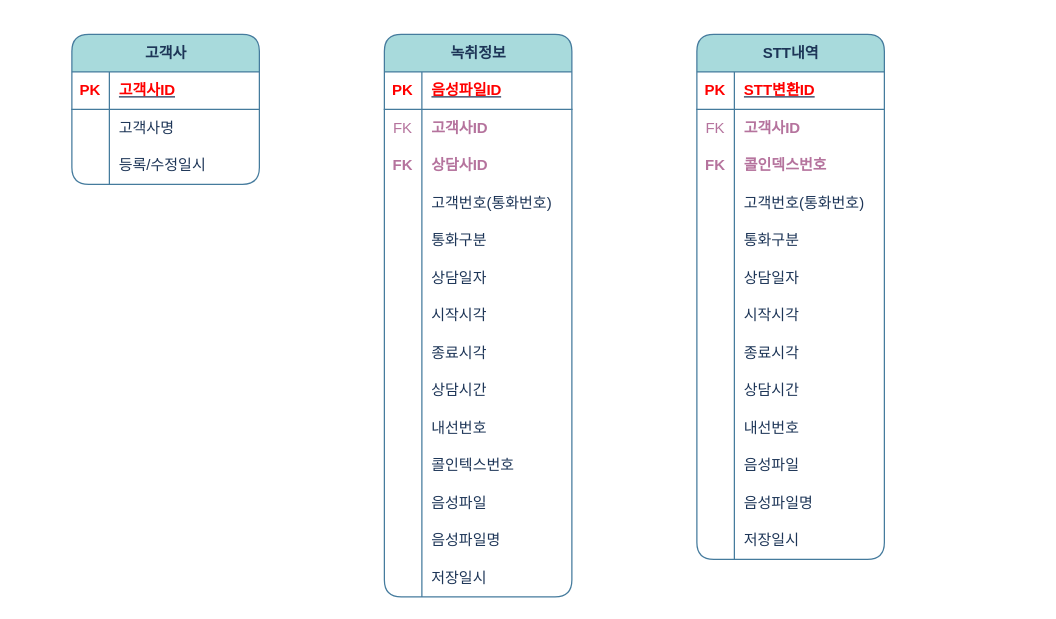
Before: page "업무중심" (6 of 6) of 제목 없는 다이어그램.drawio in wishholic/ERD, a draw.io diagram. Source tidied: cells renumbered, new cells numbered last; positions are measured from the earlier drawing's top-left corner, leaving out a move shared by most shapes. Both pictures are drawn from the tidied source at 125%, with x=0, y=0 at pixel (71, 34).
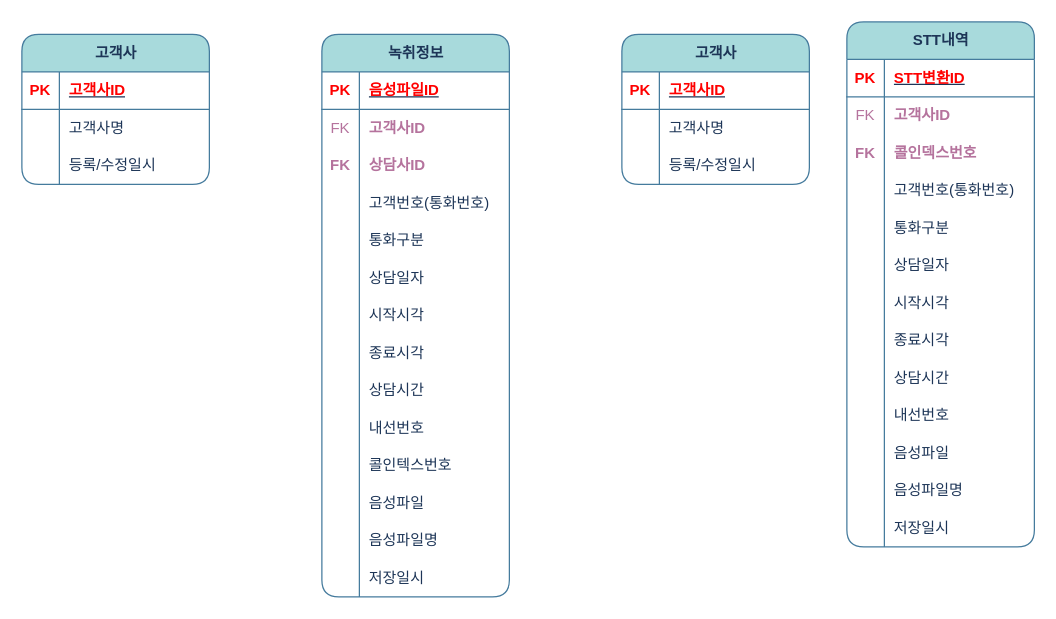
The same diagram, later.

Commit message (it also covers changes not shown here):
제목 없는 다이어그램.drawio 업데이트

What changed in the source:
```diff
@@
     <mxCell id="2" value="고객사" style="shape=table;startSize=30;childLayout=tableLayout;rowLines=0;fontStyle=1;align=center;html=1;fillColor=#A8DADC;strokeColor=#457B9D;rounded=1;labelBackgroundColor=none;fontColor=#1D3557;" parent="1" vertex="1">
-      <mxGeometry width="150" height="120" as="geometry" />
+      <mxGeometry x="-40" width="150" height="120" as="geometry" />
     </mxCell>
@@
     <mxCell id="12" value="녹취정보" style="shape=table;startSize=30;childLayout=tableLayout;rowLines=0;fontStyle=1;align=center;html=1;fillColor=#A8DADC;strokeColor=#457B9D;rounded=1;labelBackgroundColor=none;fontColor=#1D3557;" parent="1" vertex="1">
-      <mxGeometry x="250" width="150" height="450" as="geometry" />
+      <mxGeometry x="200" width="150" height="450" as="geometry" />
     </mxCell>
@@
     <mxCell id="55" value="STT내역" style="shape=table;startSize=30;childLayout=tableLayout;rowLines=0;fontStyle=1;align=center;html=1;fillColor=#A8DADC;strokeColor=#457B9D;rounded=1;labelBackgroundColor=none;fontColor=#1D3557;" parent="1" vertex="1">
-      <mxGeometry x="500" width="150" height="420" as="geometry" />
+      <mxGeometry x="620" y="-10" width="150" height="420" as="geometry" />
     </mxCell>
@@
+    <mxCell id="95" value="고객사" style="shape=table;startSize=30;childLayout=tableLayout;rowLines=0;fontStyle=1;align=center;html=1;fillColor=#A8DADC;strokeColor=#457B9D;rounded=1;labelBackgroundColor=none;fontColor=#1D3557;" parent="1" vertex="1">
+      <mxGeometry x="440" width="150" height="120" as="geometry" />
+    </mxCell>
+    <mxCell id="96" style="shape=tableRow;horizontal=0;startSize=0;swimlaneHead=0;swimlaneBody=0;fillColor=none;top=0;left=0;right=0;bottom=1;rounded=1;labelBackgroundColor=none;strokeColor=#457B9D;fontColor=#1D3557;" parent="95" vertex="1">
+      <mxGeometry y="30" width="150" height="30" as="geometry" />
+    </mxCell>
+    <mxCell id="97" value="&lt;font color=&quot;#ff0000&quot;&gt;PK&lt;/font&gt;" style="shape=partialRectangle;fillColor=none;top=0;left=0;bottom=0;right=0;fontStyle=1;overflow=hidden;whiteSpace=wrap;html=1;rounded=1;labelBackgroundColor=none;strokeColor=#457B9D;fontColor=#1D3557;" parent="96" vertex="1">
+      <mxGeometry width="30" height="30" as="geometry" />
+    </mxCell>
+    <mxCell id="98" value="&lt;font color=&quot;#ff0000&quot;&gt;고객사ID&lt;/font&gt;" style="shape=partialRectangle;fillColor=none;top=0;left=0;bottom=0;right=0;align=left;spacingLeft=6;fontStyle=5;overflow=hidden;whiteSpace=wrap;html=1;rounded=1;labelBackgroundColor=none;strokeColor=#457B9D;fontColor=#1D3557;" parent="96" vertex="1">
+      <mxGeometry x="30" width="120" height="30" as="geometry" />
+    </mxCell>
+    <mxCell id="99" style="shape=tableRow;horizontal=0;startSize=0;swimlaneHead=0;swimlaneBody=0;fillColor=none;top=0;left=0;right=0;bottom=0;rounded=1;labelBackgroundColor=none;strokeColor=#457B9D;fontColor=#1D3557;" parent="95" vertex="1">
+      <mxGeometry y="60" width="150" height="30" as="geometry" />
+    </mxCell>
+    <mxCell id="100" style="shape=partialRectangle;fillColor=none;top=0;left=0;bottom=0;right=0;overflow=hidden;whiteSpace=wrap;html=1;rounded=1;labelBackgroundColor=none;strokeColor=#457B9D;fontColor=#1D3557;" parent="99" vertex="1">
+      <mxGeometry width="30" height="30" as="geometry" />
+    </mxCell>
+    <mxCell id="101" value="고객사명" style="shape=partialRectangle;fillColor=none;top=0;left=0;bottom=0;right=0;align=left;spacingLeft=6;overflow=hidden;whiteSpace=wrap;html=1;rounded=1;labelBackgroundColor=none;strokeColor=#457B9D;fontColor=#1D3557;" parent="99" vertex="1">
+      <mxGeometry x="30" width="120" height="30" as="geometry" />
+    </mxCell>
+    <mxCell id="102" style="shape=tableRow;horizontal=0;startSize=0;swimlaneHead=0;swimlaneBody=0;fillColor=none;top=0;left=0;right=0;bottom=0;rounded=1;labelBackgroundColor=none;strokeColor=#457B9D;fontColor=#1D3557;" parent="95" vertex="1">
+      <mxGeometry y="90" width="150" height="30" as="geometry" />
+    </mxCell>
+    <mxCell id="103" style="shape=partialRectangle;fillColor=none;top=0;left=0;bottom=0;right=0;overflow=hidden;whiteSpace=wrap;html=1;rounded=1;labelBackgroundColor=none;strokeColor=#457B9D;fontColor=#1D3557;" parent="102" vertex="1">
+      <mxGeometry width="30" height="30" as="geometry" />
+    </mxCell>
+    <mxCell id="104" value="등록/수정일시" style="shape=partialRectangle;fillColor=none;top=0;left=0;bottom=0;right=0;align=left;spacingLeft=6;overflow=hidden;whiteSpace=wrap;html=1;rounded=1;labelBackgroundColor=none;strokeColor=#457B9D;fontColor=#1D3557;" parent="102" vertex="1">
+      <mxGeometry x="30" width="120" height="30" as="geometry" />
+    </mxCell>
```
